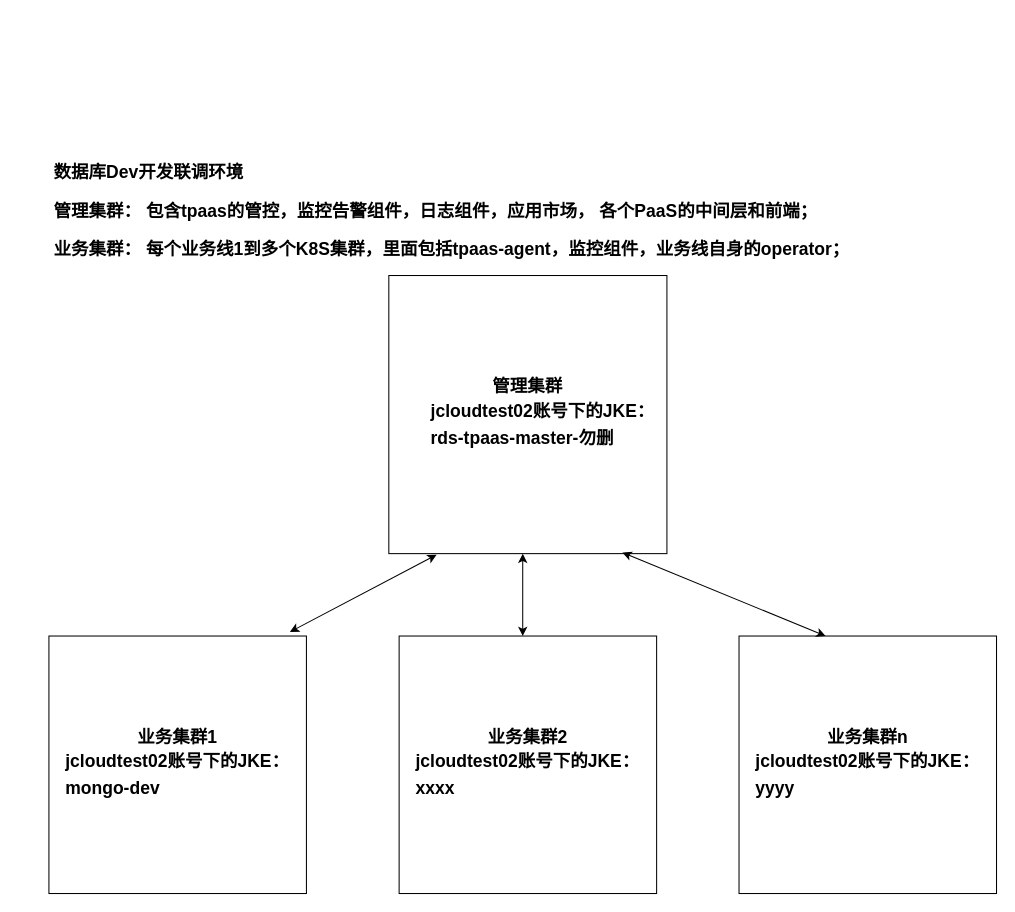
This is page "Page-9" (9 of 9) of TPASS.drawio from zjtheone/read-the-fxxk-code, a draw.io file, before an edit. Source tidied: cells renumbered, new cells numbered last; positions are measured from the earlier drawing's top-left corner, leaving out a move shared by most shapes. Both pictures are drawn from the tidied source at 103%, with x=0, y=0 at pixel (48, 162).
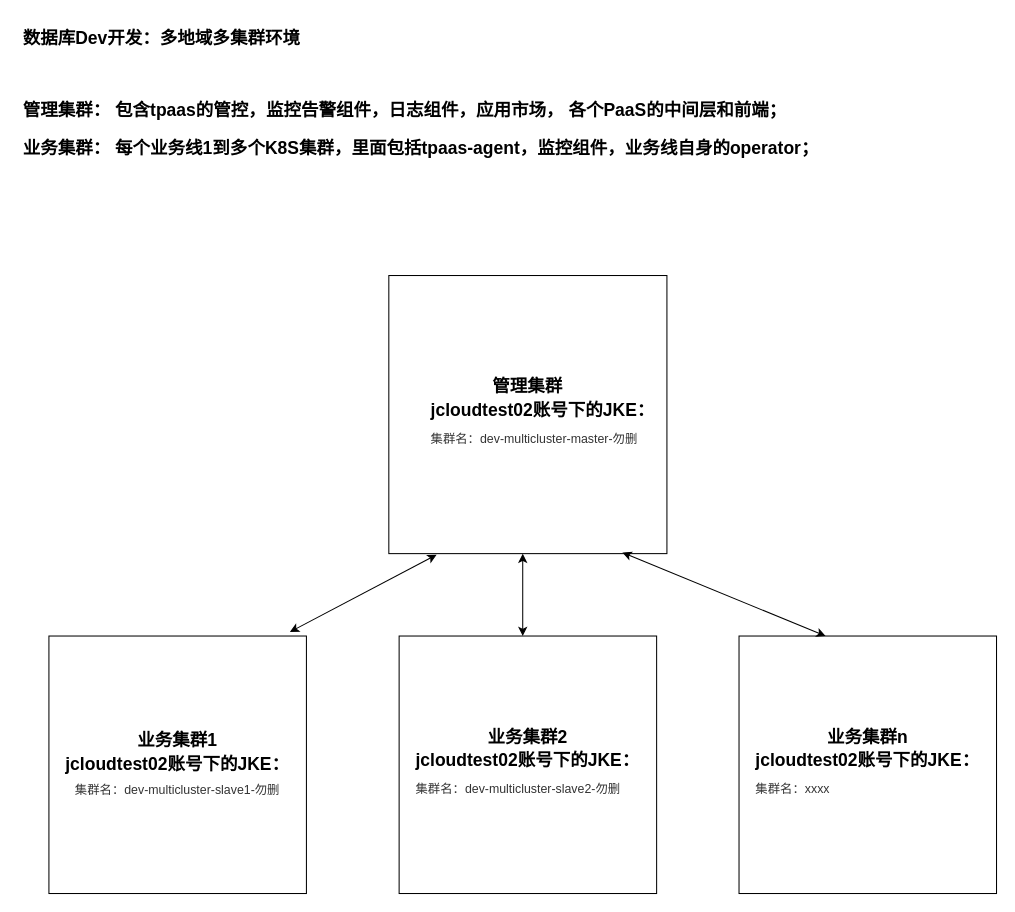
The same diagram, later.

Change to the diagram source:
```diff
@@
 <mxGraphModel>
   <root>
     <mxCell id="0" />
     <mxCell id="1" parent="0" />
-    <mxCell id="2" value="&lt;h2 class=&quot;fl&quot; style=&quot;margin: 0px; padding: 0px; font-size: 17px; float: left; line-height: 26px;&quot;&gt;&lt;span class=&quot;f14&quot; style=&quot;font-size: 17px;&quot;&gt;&lt;br style=&quot;font-size: 17px;&quot;&gt;&lt;/span&gt;&lt;/h2&gt;&lt;div style=&quot;font-size: 17px;&quot;&gt;&lt;span class=&quot;f14&quot; style=&quot;font-size: 17px;&quot;&gt;管理集群&lt;/span&gt;&lt;/div&gt;&lt;blockquote style=&quot;margin: 0px 0px 0px 40px; border: none; padding: 0px; font-size: 17px;&quot;&gt;&lt;h2 class=&quot;fl&quot; style=&quot;margin: 0px; padding: 0px; font-size: 17px; float: left; line-height: 26px;&quot;&gt;&lt;span class=&quot;f14&quot; style=&quot;font-size: 17px;&quot;&gt;jcloudtest02账号下的JKE：&lt;/span&gt;&lt;/h2&gt;&lt;h2 class=&quot;fl&quot; style=&quot;margin: 0px; padding: 0px; font-size: 17px; float: left; line-height: 26px;&quot;&gt;&lt;span class=&quot;f14&quot; style=&quot;font-size: 17px;&quot;&gt;rds-tpaas-master-勿删&lt;/span&gt;&lt;/h2&gt;&lt;/blockquote&gt;&lt;div style=&quot;font-size: 17px;&quot;&gt;&lt;span class=&quot;f14&quot; style=&quot;font-size: 17px;&quot;&gt;&lt;br style=&quot;font-size: 17px;&quot;&gt;&lt;/span&gt;&lt;/div&gt;&lt;ul class=&quot;status&quot; style=&quot;margin: 0px; padding: 0px 0px 0px 30px; list-style: none; float: left; color: rgb(51, 51, 51); font-size: 17px;&quot;&gt;&lt;/ul&gt;" style="whiteSpace=wrap;html=1;fontStyle=1;fontSize=17;" parent="1" vertex="1">
+    <mxCell id="2" value="&lt;h2 class=&quot;fl&quot; style=&quot;margin: 0px ; padding: 0px ; font-size: 17px ; float: left ; line-height: 26px&quot;&gt;&lt;span class=&quot;f14&quot; style=&quot;font-size: 17px&quot;&gt;&lt;br style=&quot;font-size: 17px&quot;&gt;&lt;/span&gt;&lt;/h2&gt;&lt;div style=&quot;font-size: 17px&quot;&gt;&lt;span class=&quot;f14&quot; style=&quot;font-size: 17px&quot;&gt;管理集群&lt;/span&gt;&lt;/div&gt;&lt;blockquote style=&quot;margin: 0px 0px 0px 40px ; border: none ; padding: 0px ; font-size: 17px&quot;&gt;&lt;h2 class=&quot;fl&quot; style=&quot;margin: 0px ; padding: 0px ; font-size: 17px ; float: left ; line-height: 26px&quot;&gt;&lt;span class=&quot;f14&quot; style=&quot;font-size: 17px&quot;&gt;jcloudtest02账号下的JKE：&lt;/span&gt;&lt;/h2&gt;&lt;h2 class=&quot;fl&quot; style=&quot;margin: 0px ; padding: 0px ; font-size: 17px ; float: left ; line-height: 26px&quot;&gt;&lt;span style=&quot;color: rgb(51 , 51 , 51) ; font-size: 12px ; font-weight: 400 ; text-align: left ; background-color: rgb(255 , 255 , 255)&quot;&gt;集群名：dev-multicluster-master-勿删&lt;/span&gt;&lt;br&gt;&lt;/h2&gt;&lt;/blockquote&gt;&lt;ul class=&quot;status&quot; style=&quot;margin: 0px ; padding: 0px 0px 0px 30px ; list-style: none ; float: left ; color: rgb(51 , 51 , 51) ; font-size: 17px&quot;&gt;&lt;/ul&gt;" style="whiteSpace=wrap;html=1;fontStyle=1;fontSize=17;" parent="1" vertex="1">
       <mxGeometry x="330" y="110" width="270" height="270" as="geometry" />
     </mxCell>
-    <mxCell id="3" value="&lt;h2 class=&quot;fl&quot; style=&quot;margin: 0px; padding: 0px; font-size: 17px; float: left; line-height: 26px;&quot;&gt;&lt;span class=&quot;f14&quot; style=&quot;font-size: 17px;&quot;&gt;&lt;br style=&quot;font-size: 17px;&quot;&gt;&lt;/span&gt;&lt;/h2&gt;&lt;div style=&quot;font-size: 17px;&quot;&gt;&lt;span class=&quot;f14&quot; style=&quot;font-size: 17px;&quot;&gt;业务集群1&lt;/span&gt;&lt;/div&gt;&lt;h2 class=&quot;fl&quot; style=&quot;margin: 0px; padding: 0px; font-size: 17px; float: left; line-height: 26px;&quot;&gt;&lt;span class=&quot;f14&quot; style=&quot;font-size: 17px;&quot;&gt;jcloudtest02账号下的JKE：&lt;/span&gt;&lt;/h2&gt;&lt;div style=&quot;font-size: 17px;&quot;&gt;&lt;span class=&quot;f14&quot; style=&quot;font-size: 17px;&quot;&gt;&lt;br style=&quot;font-size: 17px;&quot;&gt;&lt;/span&gt;&lt;/div&gt;&lt;h2 class=&quot;fl&quot; style=&quot;margin: 0px; padding: 0px; font-size: 17px; float: left; line-height: 26px;&quot;&gt;&lt;span class=&quot;f14&quot; style=&quot;font-size: 17px;&quot;&gt;mongo-dev&lt;/span&gt;&lt;/h2&gt;&lt;div style=&quot;font-size: 17px;&quot;&gt;&lt;span class=&quot;f14&quot; style=&quot;font-size: 17px;&quot;&gt;&lt;br style=&quot;font-size: 17px;&quot;&gt;&lt;/span&gt;&lt;/div&gt;&lt;ul class=&quot;status&quot; style=&quot;margin: 0px; padding: 0px 0px 0px 30px; list-style: none; float: left; color: rgb(51, 51, 51); font-size: 17px;&quot;&gt;&lt;/ul&gt;" style="whiteSpace=wrap;html=1;fontStyle=1;fontSize=17;" parent="1" vertex="1">
+    <mxCell id="3" value="&lt;h2 class=&quot;fl&quot; style=&quot;margin: 0px ; padding: 0px ; font-size: 17px ; float: left ; line-height: 26px&quot;&gt;&lt;span class=&quot;f14&quot; style=&quot;font-size: 17px&quot;&gt;&lt;br style=&quot;font-size: 17px&quot;&gt;&lt;/span&gt;&lt;/h2&gt;&lt;div style=&quot;font-size: 17px&quot;&gt;&lt;span class=&quot;f14&quot; style=&quot;font-size: 17px&quot;&gt;业务集群1&lt;/span&gt;&lt;/div&gt;&lt;h2 class=&quot;fl&quot; style=&quot;margin: 0px ; padding: 0px ; font-size: 17px ; float: left ; line-height: 26px&quot;&gt;&lt;span class=&quot;f14&quot; style=&quot;font-size: 17px&quot;&gt;jcloudtest02账号下的JKE：&lt;/span&gt;&lt;/h2&gt;&lt;div style=&quot;font-size: 17px&quot;&gt;&lt;span style=&quot;color: rgb(51 , 51 , 51) ; font-size: 12px ; font-weight: 400&quot;&gt;集群名：dev-multicluster-slave1-勿删&lt;/span&gt;&lt;br&gt;&lt;/div&gt;&lt;ul class=&quot;status&quot; style=&quot;margin: 0px ; padding: 0px 0px 0px 30px ; list-style: none ; float: left ; color: rgb(51 , 51 , 51) ; font-size: 17px&quot;&gt;&lt;/ul&gt;" style="whiteSpace=wrap;html=1;fontStyle=1;fontSize=17;" parent="1" vertex="1">
       <mxGeometry y="460" width="250" height="250" as="geometry" />
     </mxCell>
-    <mxCell id="4" value="&lt;h2 class=&quot;fl&quot; style=&quot;margin: 0px; padding: 0px; font-size: 17px; float: left; line-height: 26px;&quot;&gt;&lt;span class=&quot;f14&quot; style=&quot;font-size: 17px;&quot;&gt;&lt;br style=&quot;font-size: 17px;&quot;&gt;&lt;/span&gt;&lt;/h2&gt;&lt;div style=&quot;font-size: 17px;&quot;&gt;&lt;span class=&quot;f14&quot; style=&quot;font-size: 17px;&quot;&gt;业务集群2&lt;/span&gt;&lt;/div&gt;&lt;h2 class=&quot;fl&quot; style=&quot;margin: 0px; padding: 0px; font-size: 17px; float: left; line-height: 26px;&quot;&gt;&lt;span class=&quot;f14&quot; style=&quot;font-size: 17px;&quot;&gt;jcloudtest02账号下的JKE：&lt;/span&gt;&lt;/h2&gt;&lt;div style=&quot;font-size: 17px;&quot;&gt;&lt;span class=&quot;f14&quot; style=&quot;font-size: 17px;&quot;&gt;&lt;br style=&quot;font-size: 17px;&quot;&gt;&lt;/span&gt;&lt;/div&gt;&lt;h2 class=&quot;fl&quot; style=&quot;margin: 0px; padding: 0px; float: left; line-height: 26px; font-size: 17px;&quot;&gt;&lt;span style=&quot;font-size: 17px;&quot;&gt;xxxx&lt;/span&gt;&lt;/h2&gt;&lt;div style=&quot;font-size: 17px;&quot;&gt;&lt;span class=&quot;f14&quot; style=&quot;font-size: 17px;&quot;&gt;&lt;br style=&quot;font-size: 17px;&quot;&gt;&lt;/span&gt;&lt;/div&gt;&lt;ul class=&quot;status&quot; style=&quot;margin: 0px; padding: 0px 0px 0px 30px; list-style: none; float: left; color: rgb(51, 51, 51); font-size: 17px;&quot;&gt;&lt;/ul&gt;" style="whiteSpace=wrap;html=1;fontStyle=1;fontSize=17;" parent="1" vertex="1">
+    <mxCell id="4" value="&lt;h2 class=&quot;fl&quot; style=&quot;margin: 0px ; padding: 0px ; font-size: 17px ; float: left ; line-height: 26px&quot;&gt;&lt;span class=&quot;f14&quot; style=&quot;font-size: 17px&quot;&gt;&lt;br style=&quot;font-size: 17px&quot;&gt;&lt;/span&gt;&lt;/h2&gt;&lt;div style=&quot;font-size: 17px&quot;&gt;&lt;span class=&quot;f14&quot; style=&quot;font-size: 17px&quot;&gt;业务集群2&lt;/span&gt;&lt;/div&gt;&lt;h2 class=&quot;fl&quot; style=&quot;margin: 0px ; padding: 0px ; font-size: 17px ; float: left ; line-height: 26px&quot;&gt;&lt;span class=&quot;f14&quot; style=&quot;font-size: 17px&quot;&gt;jcloudtest02账号下的JKE：&lt;/span&gt;&lt;/h2&gt;&lt;div style=&quot;font-size: 17px&quot;&gt;&lt;span class=&quot;f14&quot; style=&quot;font-size: 17px&quot;&gt;&lt;br style=&quot;font-size: 17px&quot;&gt;&lt;/span&gt;&lt;/div&gt;&lt;h2 class=&quot;fl&quot; style=&quot;margin: 0px ; padding: 0px ; float: left ; line-height: 26px ; font-size: 17px&quot;&gt;&lt;span style=&quot;color: rgb(51 , 51 , 51) ; font-size: 12px ; font-weight: 400&quot;&gt;集群名：dev-multicluster-slave2-勿删&lt;/span&gt;&lt;br&gt;&lt;/h2&gt;&lt;div style=&quot;font-size: 17px&quot;&gt;&lt;span class=&quot;f14&quot; style=&quot;font-size: 17px&quot;&gt;&lt;br style=&quot;font-size: 17px&quot;&gt;&lt;/span&gt;&lt;/div&gt;&lt;ul class=&quot;status&quot; style=&quot;margin: 0px ; padding: 0px 0px 0px 30px ; list-style: none ; float: left ; color: rgb(51 , 51 , 51) ; font-size: 17px&quot;&gt;&lt;/ul&gt;" style="whiteSpace=wrap;html=1;fontStyle=1;fontSize=17;" parent="1" vertex="1">
       <mxGeometry x="340" y="460" width="250" height="250" as="geometry" />
     </mxCell>
     <mxCell id="5" style="endArrow=classic;startArrow=classic;html=1;rounded=0;exitX=0.936;exitY=-0.016;exitDx=0;exitDy=0;exitPerimeter=0;entryX=0.172;entryY=1.004;entryDx=0;entryDy=0;entryPerimeter=0;fontStyle=1;fontSize=17;" parent="1" edge="1" source="3" target="2">
       <mxGeometry relative="1" as="geometry" />
     </mxCell>
     <mxCell id="6" style="endArrow=classic;startArrow=classic;html=1;rounded=0;fontStyle=1;fontSize=17;" parent="1" edge="1">
       <mxGeometry relative="1" as="geometry">
         <mxPoint x="460" y="380" as="sourcePoint" />
         <mxPoint x="460" y="460" as="targetPoint" />
         <Array as="points">
           <mxPoint x="460" y="460" />
         </Array>
       </mxGeometry>
     </mxCell>
-    <mxCell id="7" value="&lt;h2 class=&quot;fl&quot; style=&quot;margin: 0px; padding: 0px; font-size: 17px; float: left; line-height: 26px;&quot;&gt;&lt;span class=&quot;f14&quot; style=&quot;font-size: 17px;&quot;&gt;&lt;br style=&quot;font-size: 17px;&quot;&gt;&lt;/span&gt;&lt;/h2&gt;&lt;div style=&quot;font-size: 17px;&quot;&gt;&lt;span class=&quot;f14&quot; style=&quot;font-size: 17px;&quot;&gt;业务集群n&lt;/span&gt;&lt;/div&gt;&lt;h2 class=&quot;fl&quot; style=&quot;margin: 0px; padding: 0px; font-size: 17px; float: left; line-height: 26px;&quot;&gt;&lt;span class=&quot;f14&quot; style=&quot;font-size: 17px;&quot;&gt;jcloudtest02账号下的JKE：&lt;/span&gt;&lt;/h2&gt;&lt;div style=&quot;font-size: 17px;&quot;&gt;&lt;span class=&quot;f14&quot; style=&quot;font-size: 17px;&quot;&gt;&lt;br style=&quot;font-size: 17px;&quot;&gt;&lt;/span&gt;&lt;/div&gt;&lt;h2 class=&quot;fl&quot; style=&quot;margin: 0px; padding: 0px; float: left; line-height: 26px; font-size: 17px;&quot;&gt;&lt;span style=&quot;font-size: 17px;&quot;&gt;yyyy&lt;/span&gt;&lt;/h2&gt;&lt;div style=&quot;font-size: 17px;&quot;&gt;&lt;span class=&quot;f14&quot; style=&quot;font-size: 17px;&quot;&gt;&lt;br style=&quot;font-size: 17px;&quot;&gt;&lt;/span&gt;&lt;/div&gt;&lt;ul class=&quot;status&quot; style=&quot;margin: 0px; padding: 0px 0px 0px 30px; list-style: none; float: left; color: rgb(51, 51, 51); font-size: 17px;&quot;&gt;&lt;/ul&gt;" style="whiteSpace=wrap;html=1;fontStyle=1;fontSize=17;" parent="1" vertex="1">
+    <mxCell id="7" value="&lt;h2 class=&quot;fl&quot; style=&quot;margin: 0px ; padding: 0px ; font-size: 17px ; float: left ; line-height: 26px&quot;&gt;&lt;span class=&quot;f14&quot; style=&quot;font-size: 17px&quot;&gt;&lt;br style=&quot;font-size: 17px&quot;&gt;&lt;/span&gt;&lt;/h2&gt;&lt;div style=&quot;font-size: 17px&quot;&gt;&lt;span class=&quot;f14&quot; style=&quot;font-size: 17px&quot;&gt;业务集群n&lt;/span&gt;&lt;/div&gt;&lt;h2 class=&quot;fl&quot; style=&quot;margin: 0px ; padding: 0px ; font-size: 17px ; float: left ; line-height: 26px&quot;&gt;&lt;span class=&quot;f14&quot; style=&quot;font-size: 17px&quot;&gt;jcloudtest02账号下的JKE：&lt;/span&gt;&lt;/h2&gt;&lt;div style=&quot;font-size: 17px&quot;&gt;&lt;span class=&quot;f14&quot; style=&quot;font-size: 17px&quot;&gt;&lt;br style=&quot;font-size: 17px&quot;&gt;&lt;/span&gt;&lt;/div&gt;&lt;h2 class=&quot;fl&quot; style=&quot;text-align: left ; margin: 0px ; padding: 0px ; line-height: 26px ; font-size: 17px&quot;&gt;&lt;span style=&quot;color: rgb(51 , 51 , 51) ; font-size: 12px ; font-weight: 400&quot;&gt;集群名：xxxx&lt;/span&gt;&lt;/h2&gt;&lt;ul class=&quot;status&quot; style=&quot;margin: 0px ; padding: 0px 0px 0px 30px ; list-style: none ; float: left ; color: rgb(51 , 51 , 51) ; font-size: 17px&quot;&gt;&lt;/ul&gt;" style="whiteSpace=wrap;html=1;fontStyle=1;fontSize=17;" parent="1" vertex="1">
       <mxGeometry x="670" y="460" width="250" height="250" as="geometry" />
     </mxCell>
     <mxCell id="8" style="endArrow=classic;startArrow=classic;html=1;rounded=0;entryX=0.336;entryY=0;entryDx=0;entryDy=0;entryPerimeter=0;exitX=0.84;exitY=0.996;exitDx=0;exitDy=0;exitPerimeter=0;fontStyle=1;fontSize=17;" parent="1" edge="1" source="2" target="7">
       <mxGeometry relative="1" as="geometry" />
     </mxCell>
-    <mxCell id="9" value="&lt;h1 style=&quot;font-size: 17px;&quot;&gt;数据库Dev开发联调环境&lt;/h1&gt;&lt;p style=&quot;font-size: 17px;&quot;&gt;&lt;font style=&quot;font-size: 17px;&quot;&gt;管理集群： 包含tpaas的管控，监控告警组件，日志组件，应用市场， 各个PaaS的中间层和前端；&lt;/font&gt;&lt;/p&gt;&lt;p style=&quot;font-size: 17px;&quot;&gt;&lt;font style=&quot;font-size: 17px;&quot;&gt;业务集群： 每个业务线1到多个K8S集群，里面包括tpaas-agent，监控组件，业务线自身的operator；&lt;/font&gt;&lt;/p&gt;" style="text;html=1;strokeColor=none;fillColor=none;spacing=5;spacingTop=-20;whiteSpace=wrap;overflow=hidden;rounded=0;align=left;fontStyle=1;fontSize=17;" parent="1" vertex="1">
-      <mxGeometry width="810" height="120" as="geometry" />
+    <mxCell id="9" value="&lt;h1 style=&quot;font-size: 17px&quot;&gt;数据库Dev开发：多地域多集群环境&lt;/h1&gt;&lt;div&gt;&lt;br&gt;&lt;/div&gt;&lt;p style=&quot;font-size: 17px&quot;&gt;&lt;font style=&quot;font-size: 17px&quot;&gt;管理集群： 包含tpaas的管控，监控告警组件，日志组件，应用市场， 各个PaaS的中间层和前端；&lt;/font&gt;&lt;/p&gt;&lt;p style=&quot;font-size: 17px&quot;&gt;&lt;font style=&quot;font-size: 17px&quot;&gt;业务集群： 每个业务线1到多个K8S集群，里面包括tpaas-agent，监控组件，业务线自身的operator；&lt;/font&gt;&lt;/p&gt;" style="text;html=1;strokeColor=none;fillColor=none;spacing=5;spacingTop=-20;whiteSpace=wrap;overflow=hidden;rounded=0;align=left;fontStyle=1;fontSize=17;" parent="1" vertex="1">
+      <mxGeometry x="-30" y="-130" width="820" height="160" as="geometry" />
     </mxCell>
   </root>
 </mxGraphModel>
```
